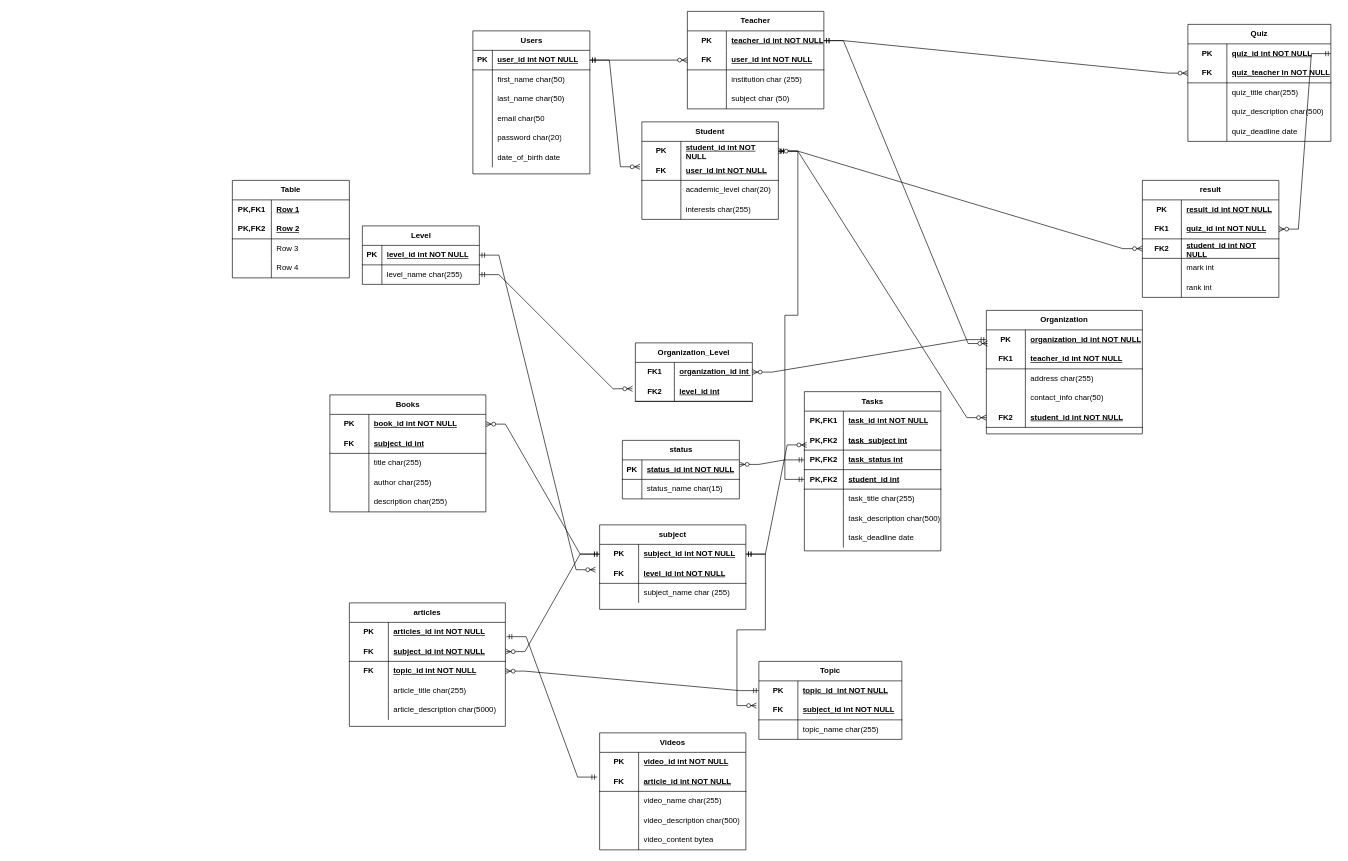
This is Диаграмма без названия.drawio from radQueen258/Online-Scool, a draw.io file, before an edit. Source tidied: cells renumbered, new cells numbered last; positions are measured from the earlier drawing's top-left corner, leaving out a move shared by most shapes. Both pictures are drawn from the tidied source at 65%, with x=0, y=0 at pixel (232, 11).
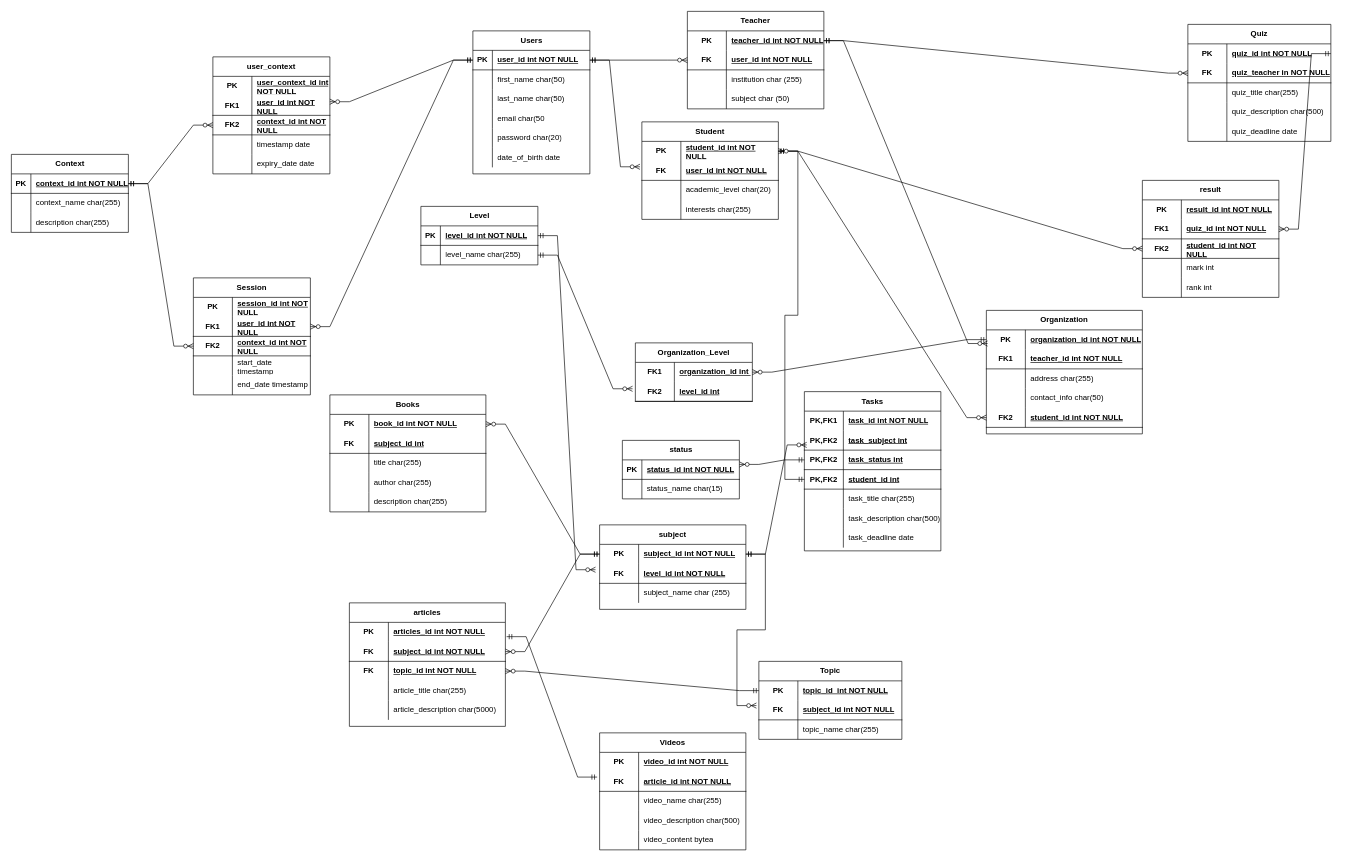
Above is the later version.

The change refers to these unchanged cells:
```xml
<mxCell id="3" style="shape=tableRow;horizontal=0;startSize=0;swimlaneHead=0;swimlaneBody=0;fillColor=none;points=[[0,0.5],[1,0.5]];portConstraint=eastwest;top=0;left=0;right=0;bottom=1;" parent="2" vertex="1">
  <mxGeometry y="30" width="180" height="30" as="geometry" />
</mxCell>
<mxCell id="225" style="shape=tableRow;horizontal=0;startSize=0;swimlaneHead=0;swimlaneBody=0;fillColor=none;top=0;left=0;right=0;bottom=0;html=1;" parent="224" vertex="1">
  <mxGeometry y="30" width="180" height="30" as="geometry" />
</mxCell>
<mxCell id="228" style="shape=tableRow;horizontal=0;startSize=0;swimlaneHead=0;swimlaneBody=0;fillColor=none;points=[[0,0.5],[1,0.5]];portConstraint=eastwest;top=0;left=0;right=0;bottom=1;html=1;" parent="224" vertex="1">
  <mxGeometry y="60" width="180" height="30" as="geometry" />
</mxCell>
```

What changed in the source:
```diff
@@
     <mxCell id="74" value="Level" style="shape=table;startSize=30;childLayout=tableLayout;rowLines=0;fontStyle=1;align=center;html=1;" parent="1" vertex="1">
-      <mxGeometry x="200" y="330" width="180" height="90" as="geometry" />
+      <mxGeometry x="290" y="300" width="180" height="90" as="geometry" />
     </mxCell>
@@
-    <mxCell id="224" value="Table" style="shape=table;startSize=30;childLayout=tableLayout;rowLines=0;fontStyle=1;align=center;html=1;whiteSpace=wrap;" parent="1" vertex="1">
-      <mxGeometry y="260" width="180" height="150" as="geometry" />
+    <mxCell id="224" value="Session" style="shape=table;startSize=30;childLayout=tableLayout;rowLines=0;fontStyle=1;align=center;html=1;whiteSpace=wrap;" parent="1" vertex="1">
+      <mxGeometry x="-60" y="410" width="180" height="180" as="geometry" />
     </mxCell>
@@
-    <mxCell id="226" value="PK,FK1" style="shape=partialRectangle;fillColor=none;top=0;left=0;bottom=0;right=0;fontStyle=1;overflow=hidden;html=1;whiteSpace=wrap;" parent="225" vertex="1">
+    <mxCell id="226" value="PK" style="shape=partialRectangle;fillColor=none;top=0;left=0;bottom=0;right=0;fontStyle=1;overflow=hidden;html=1;whiteSpace=wrap;" parent="225" vertex="1">
       <mxGeometry width="60" height="30" as="geometry" />
     </mxCell>
-    <mxCell id="227" value="Row 1" style="shape=partialRectangle;fillColor=none;top=0;left=0;bottom=0;right=0;align=left;spacingLeft=6;fontStyle=5;overflow=hidden;html=1;whiteSpace=wrap;" parent="225" vertex="1">
+    <mxCell id="227" value="session_id int NOT NULL" style="shape=partialRectangle;fillColor=none;top=0;left=0;bottom=0;right=0;align=left;spacingLeft=6;fontStyle=5;overflow=hidden;html=1;whiteSpace=wrap;" parent="225" vertex="1">
       <mxGeometry x="60" width="120" height="30" as="geometry" />
     </mxCell>
@@
-    <mxCell id="229" value="PK,FK2" style="shape=partialRectangle;fillColor=none;top=0;left=0;bottom=0;right=0;fontStyle=1;overflow=hidden;html=1;whiteSpace=wrap;" parent="228" vertex="1">
+    <mxCell id="229" value="FK1" style="shape=partialRectangle;fillColor=none;top=0;left=0;bottom=0;right=0;fontStyle=1;overflow=hidden;html=1;whiteSpace=wrap;" parent="228" vertex="1">
       <mxGeometry width="60" height="30" as="geometry" />
     </mxCell>
-    <mxCell id="230" value="Row 2" style="shape=partialRectangle;fillColor=none;top=0;left=0;bottom=0;right=0;align=left;spacingLeft=6;fontStyle=5;overflow=hidden;html=1;whiteSpace=wrap;" parent="228" vertex="1">
+    <mxCell id="230" value="user_id int NOT NULL" style="shape=partialRectangle;fillColor=none;top=0;left=0;bottom=0;right=0;align=left;spacingLeft=6;fontStyle=5;overflow=hidden;html=1;whiteSpace=wrap;" parent="228" vertex="1">
       <mxGeometry x="60" width="120" height="30" as="geometry" />
     </mxCell>
+    <mxCell id="237" style="shape=tableRow;horizontal=0;startSize=0;swimlaneHead=0;swimlaneBody=0;fillColor=none;points=[[0,0.5],[1,0.5]];portConstraint=eastwest;top=0;left=0;right=0;bottom=1;html=1;" parent="224" vertex="1">
+      <mxGeometry y="90" width="180" height="30" as="geometry" />
+    </mxCell>
+    <mxCell id="238" value="FK2" style="shape=partialRectangle;fillColor=none;top=0;left=0;bottom=0;right=0;fontStyle=1;overflow=hidden;html=1;whiteSpace=wrap;" parent="237" vertex="1">
+      <mxGeometry width="60" height="30" as="geometry" />
+    </mxCell>
+    <mxCell id="239" value="context_id int NOT NULL" style="shape=partialRectangle;fillColor=none;top=0;left=0;bottom=0;right=0;align=left;spacingLeft=6;fontStyle=5;overflow=hidden;html=1;whiteSpace=wrap;" parent="237" vertex="1">
+      <mxGeometry x="60" width="120" height="30" as="geometry" />
+    </mxCell>
     <mxCell id="231" style="shape=tableRow;horizontal=0;startSize=0;swimlaneHead=0;swimlaneBody=0;fillColor=none;top=0;left=0;right=0;bottom=0;html=1;" parent="224" vertex="1">
-      <mxGeometry y="90" width="180" height="30" as="geometry" />
+      <mxGeometry y="120" width="180" height="30" as="geometry" />
     </mxCell>
@@
-    <mxCell id="233" value="Row 3" style="shape=partialRectangle;fillColor=none;top=0;left=0;bottom=0;right=0;align=left;spacingLeft=6;overflow=hidden;html=1;whiteSpace=wrap;" parent="231" vertex="1">
+    <mxCell id="233" value="start_date timestamp" style="shape=partialRectangle;fillColor=none;top=0;left=0;bottom=0;right=0;align=left;spacingLeft=6;overflow=hidden;html=1;whiteSpace=wrap;" parent="231" vertex="1">
       <mxGeometry x="60" width="120" height="30" as="geometry" />
     </mxCell>
     <mxCell id="234" style="shape=tableRow;horizontal=0;startSize=0;swimlaneHead=0;swimlaneBody=0;fillColor=none;top=0;left=0;right=0;bottom=0;html=1;" parent="224" vertex="1">
-      <mxGeometry y="120" width="180" height="30" as="geometry" />
+      <mxGeometry y="150" width="180" height="30" as="geometry" />
     </mxCell>
@@
-    <mxCell id="236" value="Row 4" style="shape=partialRectangle;fillColor=none;top=0;left=0;bottom=0;right=0;align=left;spacingLeft=6;overflow=hidden;html=1;whiteSpace=wrap;" parent="234" vertex="1">
+    <mxCell id="236" value="end_date timestamp" style="shape=partialRectangle;fillColor=none;top=0;left=0;bottom=0;right=0;align=left;spacingLeft=6;overflow=hidden;html=1;whiteSpace=wrap;" parent="234" vertex="1">
       <mxGeometry x="60" width="120" height="30" as="geometry" />
     </mxCell>
+    <mxCell id="240" value="Context" style="shape=table;startSize=30;childLayout=tableLayout;rowLines=0;fontStyle=1;align=center;html=1;" parent="1" vertex="1">
+      <mxGeometry x="-340" y="220" width="180" height="120" as="geometry" />
+    </mxCell>
+    <mxCell id="241" style="shape=tableRow;horizontal=0;startSize=0;swimlaneHead=0;swimlaneBody=0;fillColor=none;points=[[0,0.5],[1,0.5]];portConstraint=eastwest;top=0;left=0;right=0;bottom=1;" parent="240" vertex="1">
+      <mxGeometry y="30" width="180" height="30" as="geometry" />
+    </mxCell>
+    <mxCell id="242" value="PK" style="shape=partialRectangle;fillColor=none;top=0;left=0;bottom=0;right=0;fontStyle=1;overflow=hidden;whiteSpace=wrap;html=1;" parent="241" vertex="1">
+      <mxGeometry width="30" height="30" as="geometry" />
+    </mxCell>
+    <mxCell id="243" value="context_id int NOT NULL" style="shape=partialRectangle;fillColor=none;top=0;left=0;bottom=0;right=0;align=left;spacingLeft=6;fontStyle=5;overflow=hidden;whiteSpace=wrap;html=1;" parent="241" vertex="1">
+      <mxGeometry x="30" width="150" height="30" as="geometry" />
+    </mxCell>
+    <mxCell id="244" style="shape=tableRow;horizontal=0;startSize=0;swimlaneHead=0;swimlaneBody=0;fillColor=none;top=0;left=0;right=0;bottom=0;" parent="240" vertex="1">
+      <mxGeometry y="60" width="180" height="30" as="geometry" />
+    </mxCell>
+    <mxCell id="245" style="shape=partialRectangle;fillColor=none;top=0;left=0;bottom=0;right=0;overflow=hidden;whiteSpace=wrap;html=1;" parent="244" vertex="1">
+      <mxGeometry width="30" height="30" as="geometry" />
+    </mxCell>
+    <mxCell id="246" value="context_name char(255)" style="shape=partialRectangle;fillColor=none;top=0;left=0;bottom=0;right=0;align=left;spacingLeft=6;overflow=hidden;whiteSpace=wrap;html=1;" parent="244" vertex="1">
+      <mxGeometry x="30" width="150" height="30" as="geometry" />
+    </mxCell>
+    <mxCell id="247" style="shape=tableRow;horizontal=0;startSize=0;swimlaneHead=0;swimlaneBody=0;fillColor=none;top=0;left=0;right=0;bottom=0;" parent="240" vertex="1">
+      <mxGeometry y="90" width="180" height="30" as="geometry" />
+    </mxCell>
+    <mxCell id="248" style="shape=partialRectangle;fillColor=none;top=0;left=0;bottom=0;right=0;overflow=hidden;whiteSpace=wrap;html=1;" parent="247" vertex="1">
+      <mxGeometry width="30" height="30" as="geometry" />
+    </mxCell>
+    <mxCell id="249" value="description char(255)" style="shape=partialRectangle;fillColor=none;top=0;left=0;bottom=0;right=0;align=left;spacingLeft=6;overflow=hidden;whiteSpace=wrap;html=1;" parent="247" vertex="1">
+      <mxGeometry x="30" width="150" height="30" as="geometry" />
+    </mxCell>
+    <mxCell id="250" value="user_context" style="shape=table;startSize=30;childLayout=tableLayout;rowLines=0;fontStyle=1;align=center;html=1;whiteSpace=wrap;" parent="1" vertex="1">
+      <mxGeometry x="-30" y="70" width="180" height="180" as="geometry" />
+    </mxCell>
+    <mxCell id="251" style="shape=tableRow;horizontal=0;startSize=0;swimlaneHead=0;swimlaneBody=0;fillColor=none;top=0;left=0;right=0;bottom=0;html=1;" parent="250" vertex="1">
+      <mxGeometry y="30" width="180" height="30" as="geometry" />
+    </mxCell>
+    <mxCell id="252" value="PK" style="shape=partialRectangle;fillColor=none;top=0;left=0;bottom=0;right=0;fontStyle=1;overflow=hidden;html=1;whiteSpace=wrap;" parent="251" vertex="1">
+      <mxGeometry width="60" height="30" as="geometry" />
+    </mxCell>
+    <mxCell id="253" value="user_context_id int NOT NULL" style="shape=partialRectangle;fillColor=none;top=0;left=0;bottom=0;right=0;align=left;spacingLeft=6;fontStyle=5;overflow=hidden;html=1;whiteSpace=wrap;" parent="251" vertex="1">
+      <mxGeometry x="60" width="120" height="30" as="geometry" />
+    </mxCell>
+    <mxCell id="254" style="shape=tableRow;horizontal=0;startSize=0;swimlaneHead=0;swimlaneBody=0;fillColor=none;points=[[0,0.5],[1,0.5]];portConstraint=eastwest;top=0;left=0;right=0;bottom=1;html=1;" parent="250" vertex="1">
+      <mxGeometry y="60" width="180" height="30" as="geometry" />
+    </mxCell>
+    <mxCell id="255" value="FK1" style="shape=partialRectangle;fillColor=none;top=0;left=0;bottom=0;right=0;fontStyle=1;overflow=hidden;html=1;whiteSpace=wrap;" parent="254" vertex="1">
+      <mxGeometry width="60" height="30" as="geometry" />
+    </mxCell>
+    <mxCell id="256" value="user_id int NOT NULL" style="shape=partialRectangle;fillColor=none;top=0;left=0;bottom=0;right=0;align=left;spacingLeft=6;fontStyle=5;overflow=hidden;html=1;whiteSpace=wrap;" parent="254" vertex="1">
+      <mxGeometry x="60" width="120" height="30" as="geometry" />
+    </mxCell>
+    <mxCell id="257" style="shape=tableRow;horizontal=0;startSize=0;swimlaneHead=0;swimlaneBody=0;fillColor=none;points=[[0,0.5],[1,0.5]];portConstraint=eastwest;top=0;left=0;right=0;bottom=1;html=1;" parent="250" vertex="1">
+      <mxGeometry y="90" width="180" height="30" as="geometry" />
+    </mxCell>
+    <mxCell id="258" value="FK2" style="shape=partialRectangle;fillColor=none;top=0;left=0;bottom=0;right=0;fontStyle=1;overflow=hidden;html=1;whiteSpace=wrap;" parent="257" vertex="1">
+      <mxGeometry width="60" height="30" as="geometry" />
+    </mxCell>
+    <mxCell id="259" value="context_id int NOT NULL" style="shape=partialRectangle;fillColor=none;top=0;left=0;bottom=0;right=0;align=left;spacingLeft=6;fontStyle=5;overflow=hidden;html=1;whiteSpace=wrap;" parent="257" vertex="1">
+      <mxGeometry x="60" width="120" height="30" as="geometry" />
+    </mxCell>
+    <mxCell id="260" style="shape=tableRow;horizontal=0;startSize=0;swimlaneHead=0;swimlaneBody=0;fillColor=none;top=0;left=0;right=0;bottom=0;html=1;" parent="250" vertex="1">
+      <mxGeometry y="120" width="180" height="30" as="geometry" />
+    </mxCell>
+    <mxCell id="261" style="shape=partialRectangle;fillColor=none;top=0;left=0;bottom=0;right=0;overflow=hidden;html=1;whiteSpace=wrap;" parent="260" vertex="1">
+      <mxGeometry width="60" height="30" as="geometry" />
+    </mxCell>
+    <mxCell id="262" value="timestamp date" style="shape=partialRectangle;fillColor=none;top=0;left=0;bottom=0;right=0;align=left;spacingLeft=6;overflow=hidden;html=1;whiteSpace=wrap;" parent="260" vertex="1">
+      <mxGeometry x="60" width="120" height="30" as="geometry" />
+    </mxCell>
+    <mxCell id="263" style="shape=tableRow;horizontal=0;startSize=0;swimlaneHead=0;swimlaneBody=0;fillColor=none;top=0;left=0;right=0;bottom=0;html=1;" parent="250" vertex="1">
+      <mxGeometry y="150" width="180" height="30" as="geometry" />
+    </mxCell>
+    <mxCell id="264" style="shape=partialRectangle;fillColor=none;top=0;left=0;bottom=0;right=0;overflow=hidden;html=1;whiteSpace=wrap;" parent="263" vertex="1">
+      <mxGeometry width="60" height="30" as="geometry" />
+    </mxCell>
+    <mxCell id="265" value="expiry_date date" style="shape=partialRectangle;fillColor=none;top=0;left=0;bottom=0;right=0;align=left;spacingLeft=6;overflow=hidden;html=1;whiteSpace=wrap;" parent="263" vertex="1">
+      <mxGeometry x="60" width="120" height="30" as="geometry" />
+    </mxCell>
+    <mxCell id="266" style="edgeStyle=entityRelationEdgeStyle;fontSize=12;html=1;endArrow=ERzeroToMany;startArrow=ERmandOne;rounded=0;exitX=0;exitY=0.5;exitDx=0;exitDy=0;entryX=1;entryY=0.5;entryDx=0;entryDy=0;" parent="1" edge="1" source="3" target="228">
+      <mxGeometry relative="1" as="geometry" />
+    </mxCell>
+    <mxCell id="267" style="edgeStyle=entityRelationEdgeStyle;fontSize=12;html=1;endArrow=ERzeroToMany;startArrow=ERmandOne;rounded=0;exitX=1;exitY=0.5;exitDx=0;exitDy=0;entryX=0;entryY=0.5;entryDx=0;entryDy=0;" parent="1" edge="1" source="241" target="237">
+      <mxGeometry relative="1" as="geometry" />
+    </mxCell>
+    <mxCell id="268" style="edgeStyle=entityRelationEdgeStyle;fontSize=12;html=1;endArrow=ERzeroToMany;startArrow=ERmandOne;rounded=0;exitX=1;exitY=0.5;exitDx=0;exitDy=0;entryX=0;entryY=0.5;entryDx=0;entryDy=0;" parent="1" edge="1" source="241" target="257">
+      <mxGeometry relative="1" as="geometry" />
+    </mxCell>
+    <mxCell id="269" style="edgeStyle=entityRelationEdgeStyle;fontSize=12;html=1;endArrow=ERzeroToMany;startArrow=ERmandOne;rounded=0;entryX=1;entryY=0.3;entryDx=0;entryDy=0;entryPerimeter=0;exitX=0;exitY=0.5;exitDx=0;exitDy=0;" parent="1" edge="1" source="3" target="254">
+      <mxGeometry relative="1" as="geometry" />
+    </mxCell>
```
